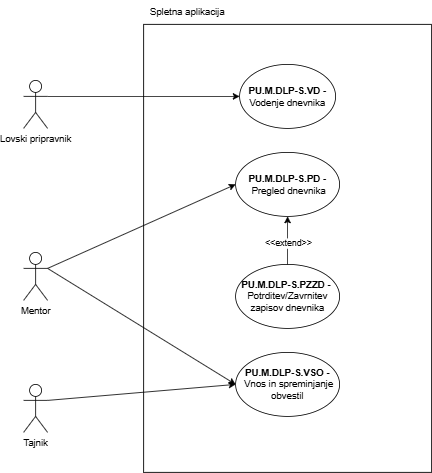
Above: Delo z lovskimi pripravniki-Spletna aplikacija.drawio.png in ErnestISv/Lovstvo (draw.io), before the change. Source tidied: cells renumbered, new cells last; positions are measured from the earlier drawing's top-left corner, leaving out a move shared by most shapes. Source of this version:
```xml
<mxGraphModel>
  <root>
    <mxCell id="0" />
    <mxCell id="1" parent="0" />
    <mxCell id="2" style="rounded=0;whiteSpace=wrap;html=1;" parent="1" vertex="1">
      <mxGeometry x="150" y="30" width="360" height="560" as="geometry" />
    </mxCell>
    <mxCell id="3" value="Spletna aplikacija" style="text;html=1;align=center;verticalAlign=middle;whiteSpace=wrap;rounded=0;" parent="1" vertex="1">
      <mxGeometry x="150" width="110" height="30" as="geometry" />
    </mxCell>
    <mxCell id="4" value="&lt;b&gt;PU.M.DLP-S.VD -&lt;/b&gt; Vodenje dnevnika" style="ellipse;whiteSpace=wrap;html=1;" parent="1" vertex="1">
      <mxGeometry x="270" y="80" width="120" height="80" as="geometry" />
    </mxCell>
    <mxCell id="5" value="&lt;b&gt;PU.M.DLP-S.PZZD -&amp;nbsp;&lt;/b&gt;&lt;div&gt;Potrditev/Zavrnitev zapisov dnevnika&lt;/div&gt;" style="ellipse;whiteSpace=wrap;html=1;" parent="1" vertex="1">
      <mxGeometry x="265" y="330" width="130" height="80" as="geometry" />
    </mxCell>
    <mxCell id="6" value="&lt;b&gt;PU.M.DLP-S.VSO -&lt;/b&gt;&amp;nbsp;Vnos in spreminjanje obvestil" style="ellipse;whiteSpace=wrap;html=1;" parent="1" vertex="1">
      <mxGeometry x="265" y="440" width="130" height="80" as="geometry" />
    </mxCell>
    <mxCell id="7" value="Lovski pripravnik" style="shape=umlActor;verticalLabelPosition=bottom;verticalAlign=top;html=1;outlineConnect=0;" parent="1" vertex="1">
      <mxGeometry y="100" width="30" height="60" as="geometry" />
    </mxCell>
    <mxCell id="8" value="Mentor" style="shape=umlActor;verticalLabelPosition=bottom;verticalAlign=top;html=1;outlineConnect=0;" parent="1" vertex="1">
      <mxGeometry y="315" width="30" height="60" as="geometry" />
    </mxCell>
    <mxCell id="9" style="endArrow=classic;html=1;rounded=0;exitX=1;exitY=0.3333333333333333;exitDx=0;exitDy=0;exitPerimeter=0;entryX=0;entryY=0.5;entryDx=0;entryDy=0;" parent="1" edge="1" source="7" target="4">
      <mxGeometry relative="1" as="geometry" />
    </mxCell>
    <mxCell id="10" style="endArrow=classic;html=1;rounded=0;exitX=1;exitY=0.3333333333333333;exitDx=0;exitDy=0;exitPerimeter=0;entryX=0;entryY=0.5;entryDx=0;entryDy=0;" parent="1" edge="1" source="8" target="6">
      <mxGeometry relative="1" as="geometry" />
    </mxCell>
    <mxCell id="11" value="&lt;b&gt;PU.M.DLP-S.PD -&lt;/b&gt;&amp;nbsp;Pregled dnevnika" style="ellipse;whiteSpace=wrap;html=1;" parent="1" vertex="1">
      <mxGeometry x="265" y="190" width="130" height="80" as="geometry" />
    </mxCell>
    <mxCell id="12" style="endArrow=classic;html=1;rounded=0;exitX=1;exitY=0.3333333333333333;exitDx=0;exitDy=0;exitPerimeter=0;entryX=0;entryY=0.5;entryDx=0;entryDy=0;" parent="1" edge="1" source="8" target="11">
      <mxGeometry relative="1" as="geometry" />
    </mxCell>
    <mxCell id="13" style="endArrow=classic;html=1;rounded=0;entryX=0.5;entryY=1;entryDx=0;entryDy=0;exitX=0.5;exitY=0;exitDx=0;exitDy=0;" parent="1" edge="1" source="5" target="11">
      <mxGeometry relative="1" as="geometry" />
    </mxCell>
    <mxCell id="14" value="&amp;lt;&amp;lt;extend&amp;gt;&amp;gt;" style="edgeLabel;html=1;align=center;verticalAlign=middle;" parent="13" vertex="1">
      <mxGeometry x="-0.11" relative="1" as="geometry" />
    </mxCell>
    <mxCell id="15" value="Tajnik" style="shape=umlActor;verticalLabelPosition=bottom;verticalAlign=top;html=1;outlineConnect=0;" parent="1" vertex="1">
      <mxGeometry y="480" width="30" height="60" as="geometry" />
    </mxCell>
    <mxCell id="16" style="endArrow=classic;html=1;rounded=0;exitX=1;exitY=0.3333333333333333;exitDx=0;exitDy=0;exitPerimeter=0;entryX=0;entryY=0.5;entryDx=0;entryDy=0;" parent="1" edge="1" source="15" target="6">
      <mxGeometry relative="1" as="geometry" />
    </mxCell>
  </root>
</mxGraphModel>
```
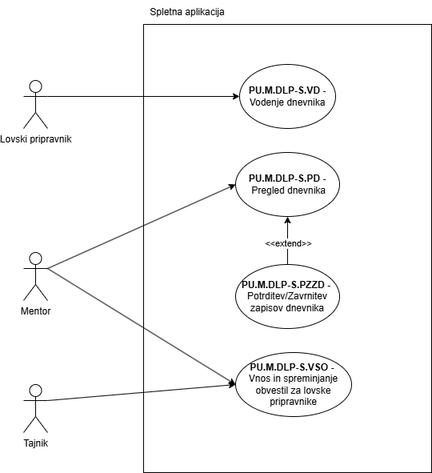
Above is the later version.

Diff of the diagram source:
```diff
@@ -14,8 +14,8 @@
     <mxCell id="5" value="&lt;b&gt;PU.M.DLP-S.PZZD -&amp;nbsp;&lt;/b&gt;&lt;div&gt;Potrditev/Zavrnitev zapisov dnevnika&lt;/div&gt;" style="ellipse;whiteSpace=wrap;html=1;" parent="1" vertex="1">
       <mxGeometry x="265" y="330" width="130" height="80" as="geometry" />
     </mxCell>
-    <mxCell id="6" value="&lt;b&gt;PU.M.DLP-S.VSO -&lt;/b&gt;&amp;nbsp;Vnos in spreminjanje obvestil" style="ellipse;whiteSpace=wrap;html=1;" parent="1" vertex="1">
-      <mxGeometry x="265" y="440" width="130" height="80" as="geometry" />
+    <mxCell id="6" value="&lt;b&gt;PU.M.DLP-S.VSO -&lt;/b&gt;&amp;nbsp;&lt;div&gt;Vnos in spreminjanje obvestil za lovske pripravnike&lt;/div&gt;" style="ellipse;whiteSpace=wrap;html=1;" parent="1" vertex="1">
+      <mxGeometry x="265" y="440" width="145" height="80" as="geometry" />
     </mxCell>
     <mxCell id="7" value="Lovski pripravnik" style="shape=umlActor;verticalLabelPosition=bottom;verticalAlign=top;html=1;outlineConnect=0;" parent="1" vertex="1">
       <mxGeometry y="100" width="30" height="60" as="geometry" />
```
